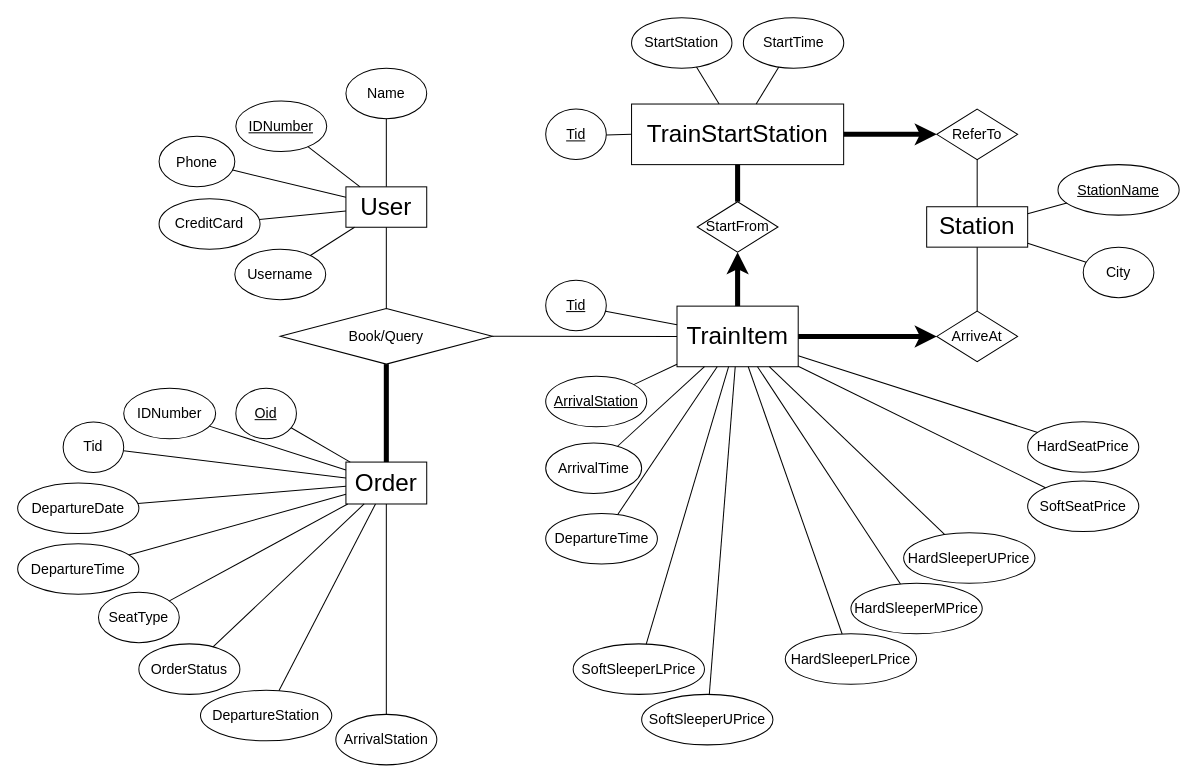
Earlier version of the draw.io diagram page "er-after-chk-zxz-5.3" (2 of 5) of design/readme.assets/ER-graph.drawio (KevinGeejo/Railway-Booking-System). Source tidied: cells renumbered, new cells numbered last; positions are measured from the earlier drawing's top-left corner, leaving out a move shared by most shapes. Both pictures are drawn from the tidied source at 101%, with x=0, y=0 at pixel (17, 17).
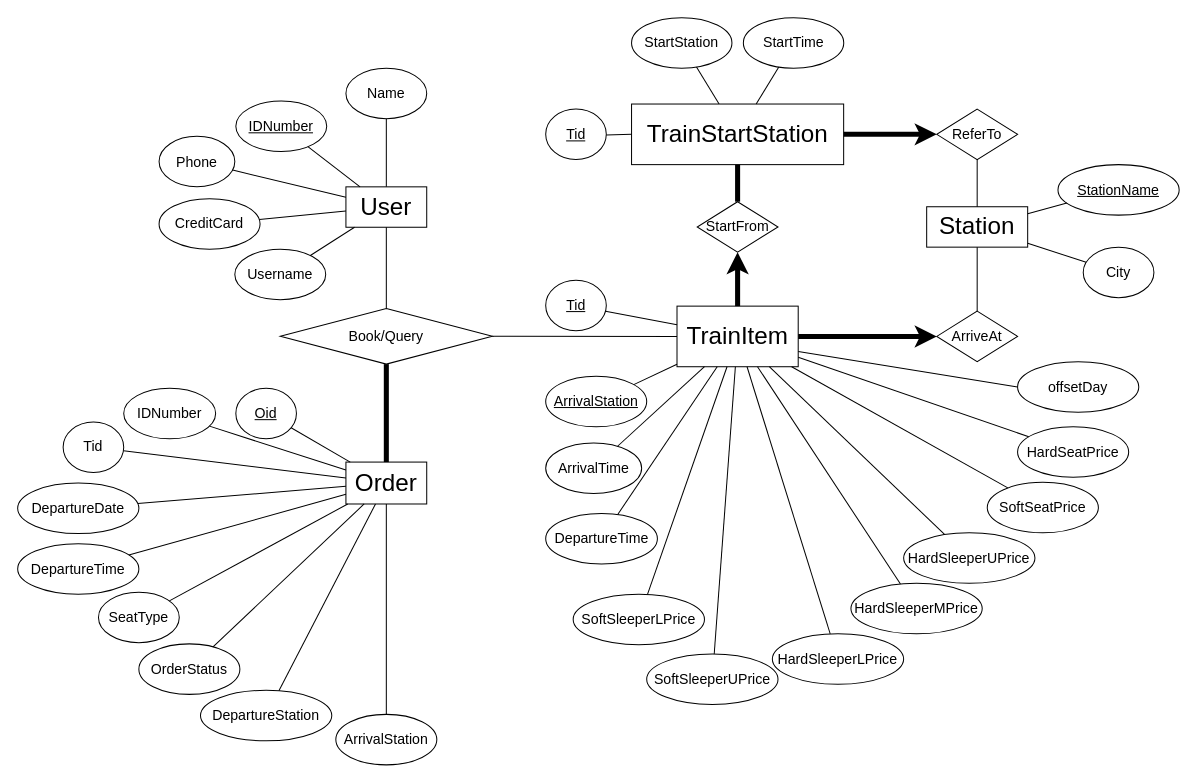
After the change.

Unchanged cells that the change refers to:
```xml
<mxCell id="2" value="&lt;span style=&quot;font-size: 24px&quot;&gt;TrainItem&lt;/span&gt;" style="rounded=0;whiteSpace=wrap;html=1;" parent="1" vertex="1">
  <mxGeometry x="652.8" y="285.6" width="120" height="60" as="geometry" />
</mxCell>
```

Diff of the diagram source:
```diff
@@
     <mxCell id="23" value="&lt;span style=&quot;font-size: 14px&quot;&gt;HardSeatPrice&lt;br&gt;&lt;/span&gt;" style="ellipse;whiteSpace=wrap;html=1;" parent="1" vertex="1">
-      <mxGeometry x="1000" y="400" width="110" height="50" as="geometry" />
+      <mxGeometry x="990" y="405" width="110" height="50" as="geometry" />
     </mxCell>
@@
     <mxCell id="55" value="&lt;span style=&quot;font-size: 14px&quot;&gt;SoftSeatPrice&lt;br&gt;&lt;/span&gt;" style="ellipse;whiteSpace=wrap;html=1;" parent="1" vertex="1">
-      <mxGeometry x="1000" y="458.8" width="110" height="50" as="geometry" />
+      <mxGeometry x="960" y="460" width="110" height="50" as="geometry" />
     </mxCell>
@@
     <mxCell id="61" value="&lt;span style=&quot;font-size: 14px&quot;&gt;HardSleeperLPrice&lt;br&gt;&lt;/span&gt;" style="ellipse;whiteSpace=wrap;html=1;" parent="1" vertex="1">
-      <mxGeometry x="760" y="610" width="130" height="50" as="geometry" />
+      <mxGeometry x="747.2" y="610" width="130" height="50" as="geometry" />
     </mxCell>
@@
     <mxCell id="63" value="&lt;span style=&quot;font-size: 14px&quot;&gt;SoftSleeperUPrice&lt;br&gt;&lt;/span&gt;" style="ellipse;whiteSpace=wrap;html=1;" parent="1" vertex="1">
-      <mxGeometry x="617.8" y="670" width="130" height="50" as="geometry" />
+      <mxGeometry x="622.8" y="630" width="130" height="50" as="geometry" />
     </mxCell>
     <mxCell id="64" value="&lt;span style=&quot;font-size: 14px&quot;&gt;SoftSleeperLPrice&lt;br&gt;&lt;/span&gt;" style="ellipse;whiteSpace=wrap;html=1;" parent="1" vertex="1">
-      <mxGeometry x="550" y="620" width="130" height="50" as="geometry" />
+      <mxGeometry x="550" y="570.8" width="130" height="50" as="geometry" />
     </mxCell>
@@
+    <mxCell id="80" value="&lt;font style=&quot;font-size: 14px&quot;&gt;offsetDay&lt;/font&gt;" style="ellipse;whiteSpace=wrap;html=1;" parent="1" vertex="1">
+      <mxGeometry x="990" y="340.6" width="120" height="50" as="geometry" />
+    </mxCell>
+    <mxCell id="81" style="endArrow=none;html=1;entryX=0;entryY=0.5;entryDx=0;entryDy=0;exitX=1;exitY=0.75;exitDx=0;exitDy=0;" parent="1" edge="1" source="2" target="80">
+      <mxGeometry relative="1" as="geometry" />
+    </mxCell>
```
